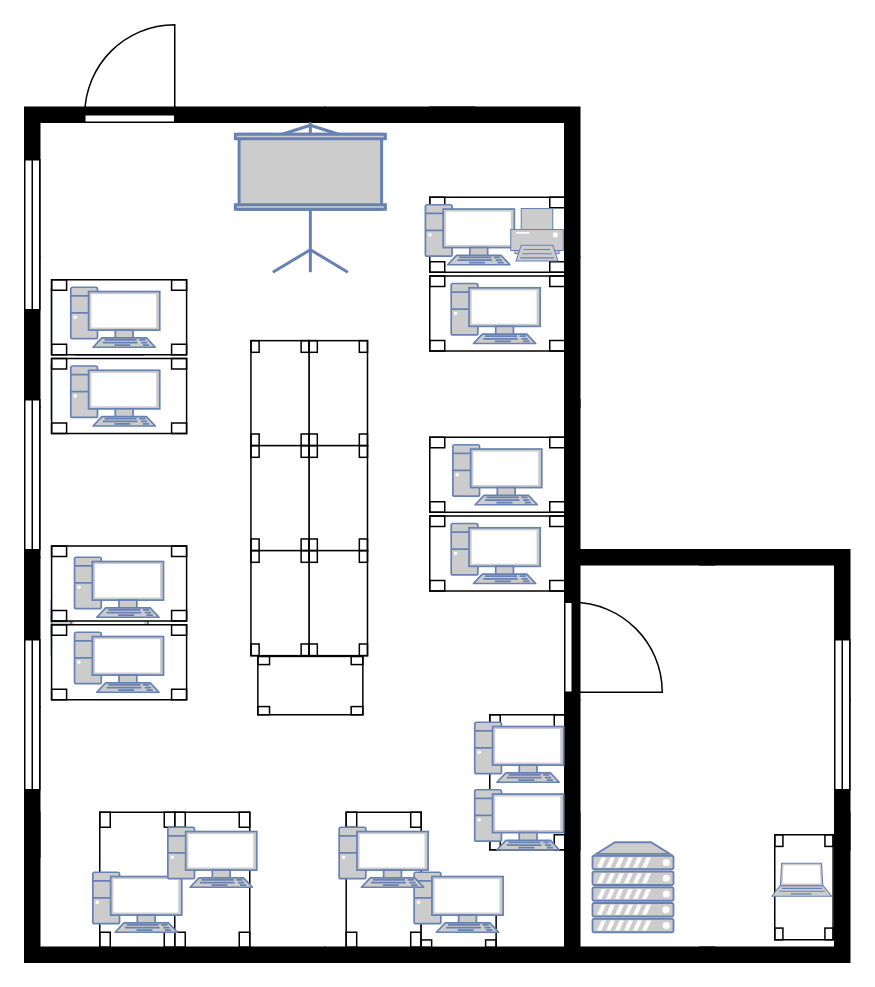
Before: Учебная практика.drawio.xml in 7erm1nal/Koorsa4, a draw.io diagram. Source tidied: cells renumbered, new cells numbered last; positions are measured from the earlier drawing's top-left corner, leaving out a move shared by most shapes. Both pictures are drawn from the tidied source at 150%, with x=0, y=0 at pixel (-44, 26).
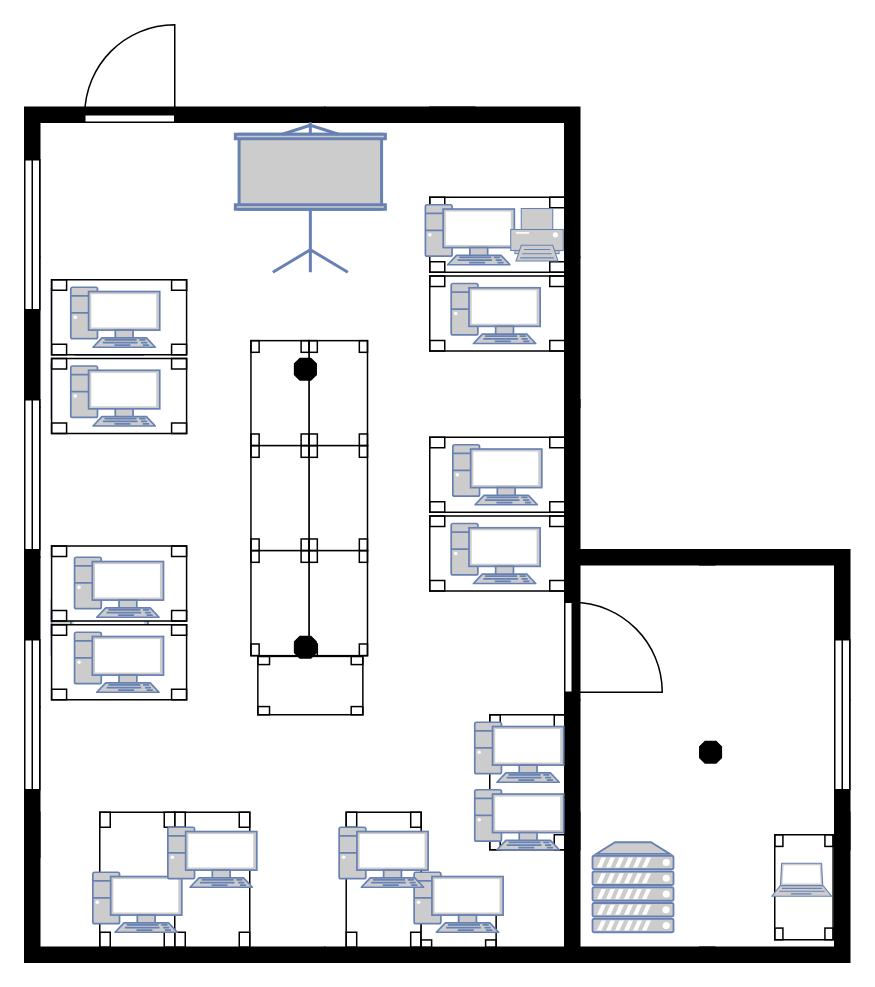
The same page after the edit.

Diff of the diagram source:
```diff
@@
+    <mxCell id="71" style="verticalLabelPosition=bottom;verticalAlign=top;html=1;shape=mxgraph.basic.polygon;polyCoords=[[0.25,0],[0.75,0],[1,0.25],[1,0.75],[0.75,1],[0.25,1],[0,0.75],[0,0.25]];polyline=0;fillColor=#000000;" parent="1" vertex="1">
+      <mxGeometry x="224.9" y="406.8" width="14.4" height="14.4" as="geometry" />
+    </mxCell>
+    <mxCell id="72" style="verticalLabelPosition=bottom;verticalAlign=top;html=1;shape=mxgraph.basic.polygon;polyCoords=[[0.25,0],[0.75,0],[1,0.25],[1,0.75],[0.75,1],[0.25,1],[0,0.75],[0,0.25]];polyline=0;fillColor=#000000;" parent="1" vertex="1">
+      <mxGeometry x="224.9" y="221.5" width="14.4" height="14.4" as="geometry" />
+    </mxCell>
+    <mxCell id="73" style="verticalLabelPosition=bottom;verticalAlign=top;html=1;shape=mxgraph.basic.polygon;polyCoords=[[0.25,0],[0.75,0],[1,0.25],[1,0.75],[0.75,1],[0.25,1],[0,0.75],[0,0.25]];polyline=0;fillColor=#000000;" parent="1" vertex="1">
+      <mxGeometry x="495" y="476.8" width="14.4" height="14.4" as="geometry" />
+    </mxCell>
```
